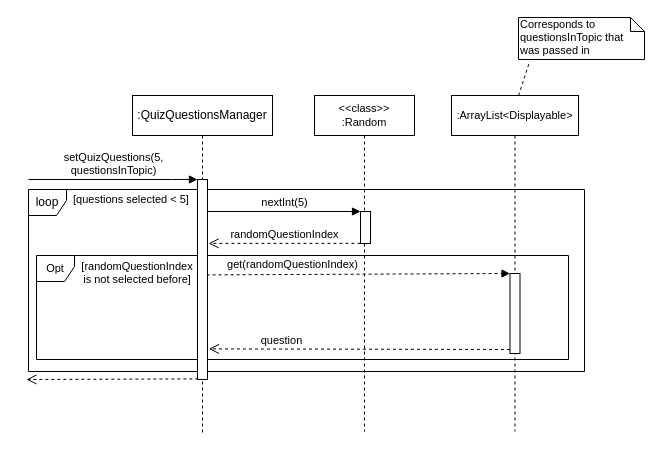
Before: docs/diagrams/QuizQuestionsManager_setQuizQuestions.drawio in nus-cs2113-AY2021S1/tp, a draw.io diagram. Source tidied: cells renumbered, new cells numbered last; positions are measured from the earlier drawing's top-left corner, leaving out a move shared by most shapes. Both pictures are drawn from the tidied source at 100%, with x=0, y=0 at pixel (26, 17).
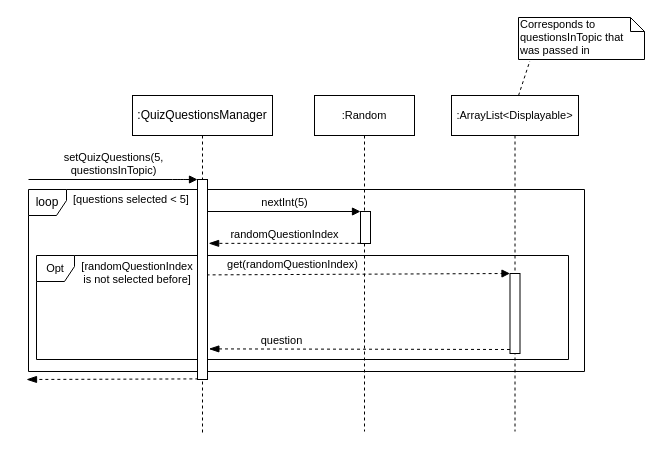
The same diagram, later.

Commit message (it also covers changes not shown here):
Tweak DeveloperGuide and QuizQuestionsManager class and sequence diagram

The change refers to these unchanged cells:
```xml
<mxCell id="5" value="loop" style="shape=umlFrame;whiteSpace=wrap;html=1;width=38;height=26;" parent="1" vertex="1">
  <mxGeometry x="2" y="172" width="556" height="182" as="geometry" />
</mxCell>
<mxCell id="7" style="html=1;points=[];perimeter=orthogonalPerimeter;fontSize=11;" parent="6" vertex="1">
  <mxGeometry x="46" y="116" width="10" height="32" as="geometry" />
</mxCell>
<mxCell id="14" style="html=1;points=[];perimeter=orthogonalPerimeter;fontSize=11;" parent="13" vertex="1">
  <mxGeometry x="58.5" y="178" width="10" height="80" as="geometry" />
</mxCell>
<mxCell id="17" style="html=1;points=[];perimeter=orthogonalPerimeter;" parent="16" vertex="1">
  <mxGeometry x="65" y="84" width="10" height="200" as="geometry" />
</mxCell>
```

Change to the diagram source:
```diff
@@
-    <mxCell id="4" style="html=1;verticalAlign=bottom;endArrow=open;dashed=1;endSize=8;exitX=0.085;exitY=0.997;exitDx=0;exitDy=0;exitPerimeter=0;" parent="1" edge="1" source="17">
+    <mxCell id="4" style="html=1;verticalAlign=bottom;endArrow=blockThin;dashed=1;endSize=8;exitX=0.085;exitY=0.997;exitDx=0;exitDy=0;exitPerimeter=0;endFill=1;" parent="1" edge="1" source="17">
       <mxGeometry relative="1" as="geometry">
         <mxPoint y="362" as="targetPoint" />
       </mxGeometry>
     </mxCell>
@@
-    <mxCell id="6" value="&amp;lt;&amp;lt;class&amp;gt;&amp;gt;&lt;br&gt;:Random" style="shape=umlLifeline;perimeter=lifelinePerimeter;whiteSpace=wrap;html=1;fontSize=11;" parent="1" vertex="1">
+    <mxCell id="6" value=":Random" style="shape=umlLifeline;perimeter=lifelinePerimeter;whiteSpace=wrap;html=1;fontSize=11;" parent="1" vertex="1">
       <mxGeometry x="288" y="78" width="100" height="336" as="geometry" />
     </mxCell>
@@
-    <mxCell id="9" value="randomQuestionIndex" style="html=1;verticalAlign=bottom;endArrow=open;dashed=1;endSize=8;exitX=-0.01;exitY=0.995;fontSize=11;exitDx=0;exitDy=0;exitPerimeter=0;entryX=0.324;entryY=0.296;entryDx=0;entryDy=0;entryPerimeter=0;" parent="1" edge="1" source="7" target="5">
+    <mxCell id="9" value="randomQuestionIndex" style="html=1;verticalAlign=bottom;endArrow=blockThin;dashed=1;endSize=8;exitX=-0.01;exitY=0.995;fontSize=11;exitDx=0;exitDy=0;exitPerimeter=0;entryX=0.324;entryY=0.296;entryDx=0;entryDy=0;entryPerimeter=0;endFill=1;" parent="1" edge="1" source="7" target="5">
       <mxGeometry relative="1" as="geometry" />
     </mxCell>
@@
-    <mxCell id="12" value="question" style="html=1;verticalAlign=bottom;endArrow=open;dashed=1;endSize=8;exitX=0;exitY=0.95;entryX=1.138;entryY=0.847;entryDx=0;entryDy=0;entryPerimeter=0;" parent="1" edge="1" source="14" target="17">
+    <mxCell id="12" value="question" style="html=1;verticalAlign=bottom;endArrow=blockThin;dashed=1;endSize=8;exitX=0;exitY=0.95;entryX=1.138;entryY=0.847;entryDx=0;entryDy=0;entryPerimeter=0;endFill=1;" parent="1" edge="1" source="14" target="17">
       <mxGeometry x="0.52" relative="1" as="geometry" />
     </mxCell>
```
